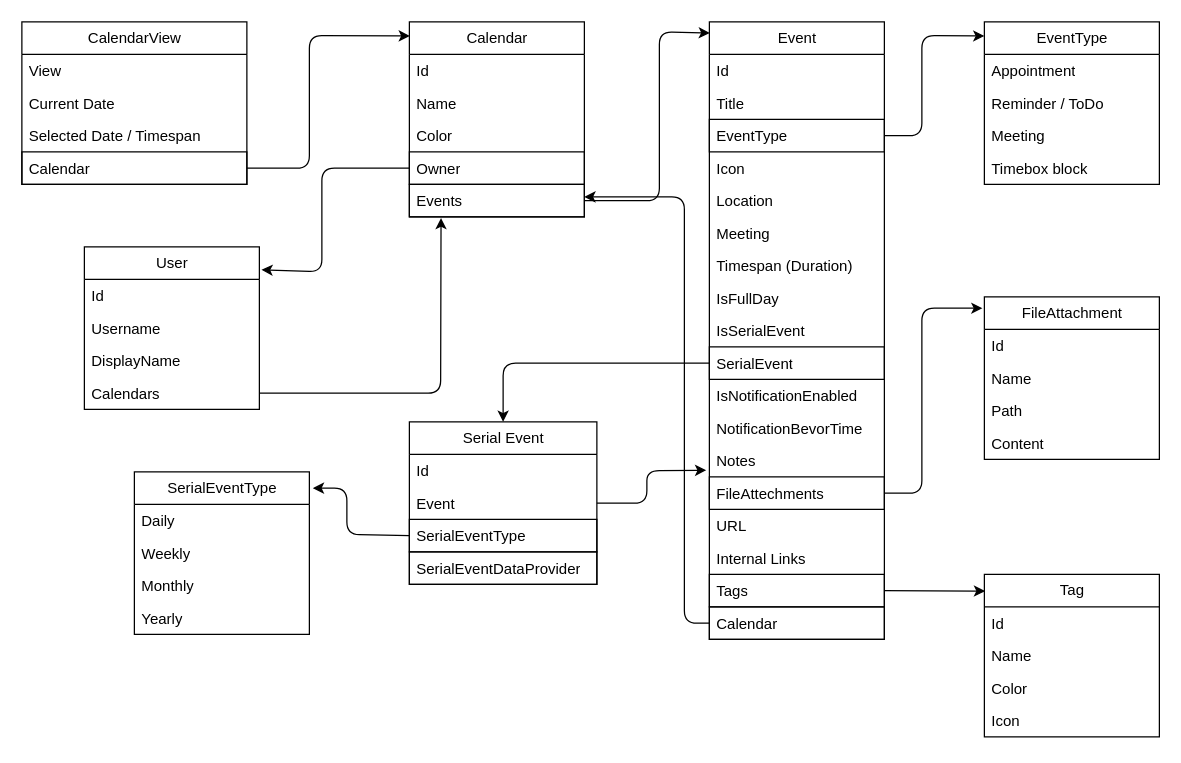
Earlier version of the draw.io diagram page "Domain" (1 of 2) of Architecture/Domains/Calendar.drawio (TodoXpress/Documentation). Source tidied: cells renumbered, new cells numbered last; positions are measured from the earlier drawing's top-left corner, leaving out a move shared by most shapes. Both pictures are drawn from the tidied source at 125%, with x=0, y=0 at pixel (21, 21).
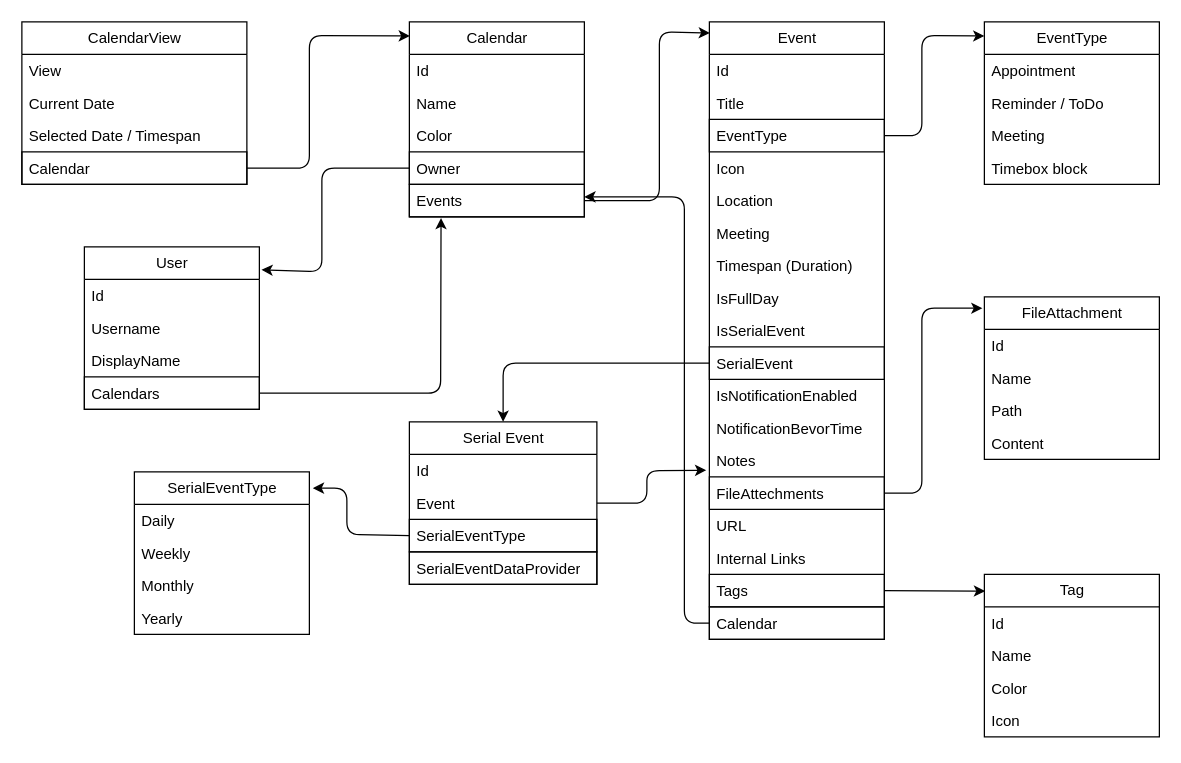
Above is the later version.

Commit message:
apply change in user

Unchanged cells that the change refers to:
```xml
<mxCell id="41" value="User" style="swimlane;fontStyle=0;horizontal=1;startSize=26;fillColor=none;html=1;strokeColor=default;" parent="1" vertex="1">
  <mxGeometry x="50" y="180" width="140" height="130" as="geometry" />
</mxCell>
```

Diff of the diagram source:
```diff
@@
-    <mxCell id="45" value="Calendars" style="text;strokeColor=none;fillColor=none;align=left;verticalAlign=top;spacingLeft=4;spacingRight=4;overflow=hidden;points=[[0,0.5],[1,0.5]];portConstraint=eastwest;whiteSpace=wrap;html=1;" parent="41" vertex="1">
+    <mxCell id="45" value="Calendars" style="text;strokeColor=default;fillColor=none;align=left;verticalAlign=top;spacingLeft=4;spacingRight=4;overflow=hidden;points=[[0,0.5],[1,0.5]];portConstraint=eastwest;whiteSpace=wrap;html=1;" parent="41" vertex="1">
       <mxGeometry y="104" width="140" height="26" as="geometry" />
     </mxCell>
```
